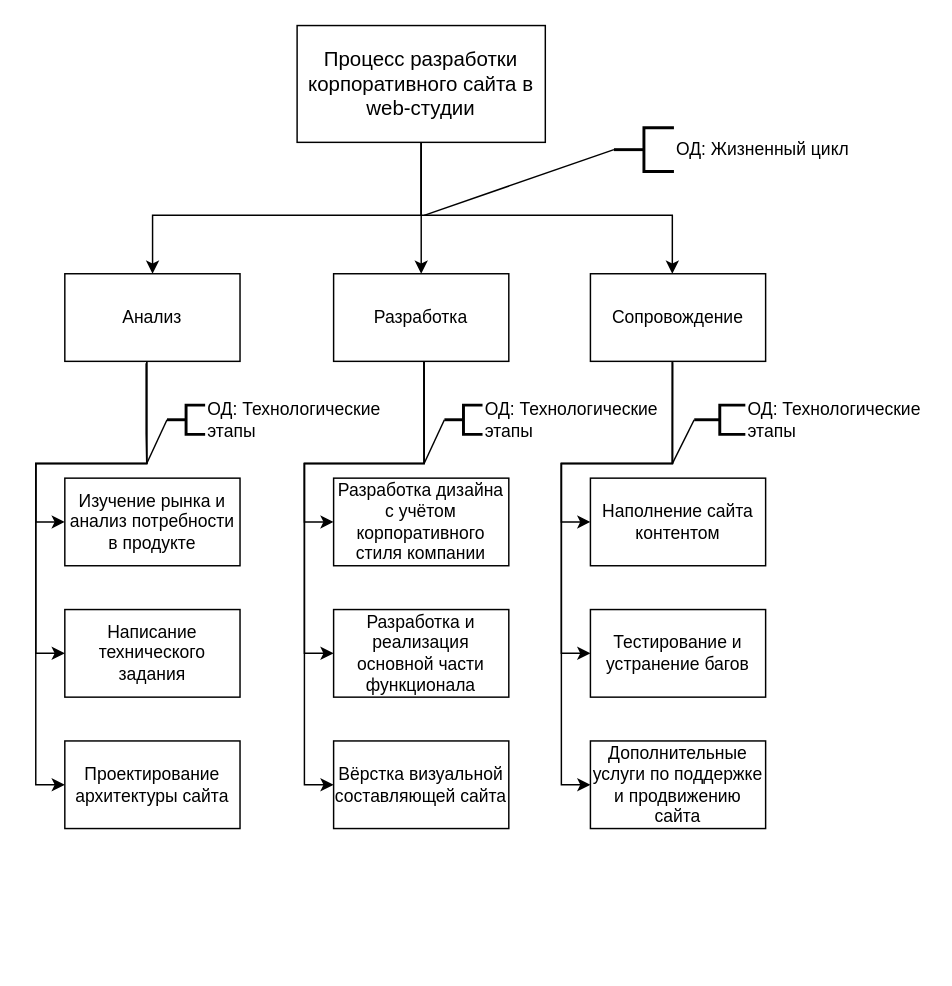
Earlier version of the draw.io diagram page "Модель Состава" (2 of 7) of 3 курс/5 семестр/ТСиСА/Курсовая/модели2ч.drawio (Luzinsan/tusur). Source tidied: cells renumbered, new cells numbered last; positions are measured from the earlier drawing's top-left corner, leaving out a move shared by most shapes. Both pictures are drawn from the tidied source at 146%, with x=0, y=0 at pixel (35, 25).
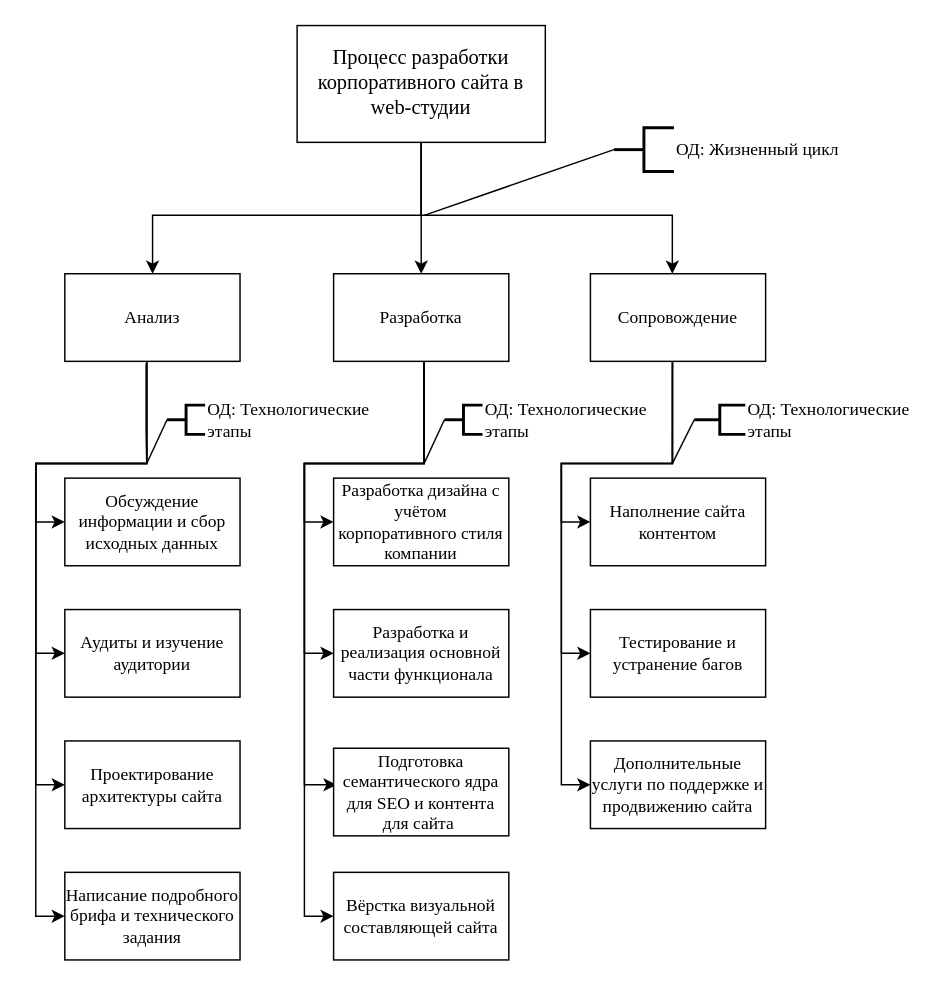
The same diagram, later.

Commit message (it also covers changes not shown here):
ТСиСА (Курсач) - 2 часть - модели структуры "Анализ", "Разработка", "Сопровождение"

What changed in the source:
```diff
@@
-    <mxCell id="2" style="edgeStyle=orthogonalEdgeStyle;rounded=0;jettySize=auto;html=1;exitX=0.5;exitY=1;exitDx=0;exitDy=0;" parent="1" edge="1" source="5" target="9">
+    <mxCell id="2" style="edgeStyle=orthogonalEdgeStyle;rounded=0;jettySize=auto;html=1;exitX=0.5;exitY=1;exitDx=0;exitDy=0;fontFamily=Times New Roman;" parent="1" edge="1" source="5" target="9">
       <mxGeometry relative="1" as="geometry">
         <Array as="points">
           <mxPoint x="264" y="130" />
           <mxPoint x="80" y="130" />
         </Array>
       </mxGeometry>
     </mxCell>
-    <mxCell id="3" style="edgeStyle=orthogonalEdgeStyle;rounded=0;jettySize=auto;html=1;exitX=0.5;exitY=1;exitDx=0;exitDy=0;entryX=0.5;entryY=0;entryDx=0;entryDy=0;" parent="1" edge="1" source="5" target="13">
+    <mxCell id="3" style="edgeStyle=orthogonalEdgeStyle;rounded=0;jettySize=auto;html=1;exitX=0.5;exitY=1;exitDx=0;exitDy=0;entryX=0.5;entryY=0;entryDx=0;entryDy=0;fontFamily=Times New Roman;" parent="1" edge="1" source="5" target="13">
       <mxGeometry relative="1" as="geometry" />
     </mxCell>
-    <mxCell id="4" style="edgeStyle=orthogonalEdgeStyle;rounded=0;jettySize=auto;html=1;exitX=0.5;exitY=1;exitDx=0;exitDy=0;" parent="1" edge="1" source="5" target="17">
+    <mxCell id="4" style="edgeStyle=orthogonalEdgeStyle;rounded=0;jettySize=auto;html=1;exitX=0.5;exitY=1;exitDx=0;exitDy=0;fontFamily=Times New Roman;" parent="1" edge="1" source="5" target="17">
       <mxGeometry relative="1" as="geometry">
         <Array as="points">
           <mxPoint x="264" y="130" />
           <mxPoint x="436" y="130" />
         </Array>
       </mxGeometry>
     </mxCell>
-    <mxCell id="5" value="&lt;span style=&quot;font-size: 14px;&quot;&gt;Процесс разработки корпоративного сайта в web-студии&lt;/span&gt;" style="whiteSpace=wrap;html=1;" parent="1" vertex="1">
+    <mxCell id="5" value="&lt;span style=&quot;font-size: 14px;&quot;&gt;Процесс разработки корпоративного сайта в web-студии&lt;/span&gt;" style="whiteSpace=wrap;html=1;fontFamily=Times New Roman;" parent="1" vertex="1">
       <mxGeometry x="179" width="170" height="80" as="geometry" />
     </mxCell>
-    <mxCell id="6" style="edgeStyle=orthogonalEdgeStyle;rounded=0;jettySize=auto;html=1;exitX=0.5;exitY=1;exitDx=0;exitDy=0;entryX=0;entryY=0.5;entryDx=0;entryDy=0;" parent="1" edge="1" source="9" target="18">
+    <mxCell id="6" style="edgeStyle=orthogonalEdgeStyle;rounded=0;jettySize=auto;html=1;exitX=0.5;exitY=1;exitDx=0;exitDy=0;entryX=0;entryY=0.5;entryDx=0;entryDy=0;fontFamily=Times New Roman;" parent="1" edge="1" source="9" target="18">
       <mxGeometry relative="1" as="geometry">
         <Array as="points">
           <mxPoint x="76" y="230" />
           <mxPoint x="76" y="300" />
           <mxPoint y="300" />
-          <mxPoint y="340" />
+          <mxPoint y="430" />
         </Array>
       </mxGeometry>
     </mxCell>
-    <mxCell id="7" style="edgeStyle=orthogonalEdgeStyle;rounded=0;jettySize=auto;html=1;exitX=0.464;exitY=1.021;exitDx=0;exitDy=0;entryX=0;entryY=0.5;entryDx=0;entryDy=0;exitPerimeter=0;" parent="1" edge="1" source="9" target="19">
+    <mxCell id="7" style="edgeStyle=orthogonalEdgeStyle;rounded=0;jettySize=auto;html=1;exitX=0.464;exitY=1.021;exitDx=0;exitDy=0;entryX=0;entryY=0.5;entryDx=0;entryDy=0;exitPerimeter=0;fontFamily=Times New Roman;" parent="1" edge="1" source="9" target="19">
       <mxGeometry relative="1" as="geometry">
         <Array as="points">
           <mxPoint x="76" y="280" />
-          <mxPoint x="76" y="280" />
           <mxPoint x="76" y="300" />
           <mxPoint y="300" />
-          <mxPoint y="430" />
+          <mxPoint y="520" />
         </Array>
       </mxGeometry>
     </mxCell>
-    <mxCell id="8" style="edgeStyle=orthogonalEdgeStyle;rounded=0;jettySize=auto;html=1;exitX=0.5;exitY=1;exitDx=0;exitDy=0;entryX=0;entryY=0.5;entryDx=0;entryDy=0;" parent="1" edge="1" source="9" target="20">
+    <mxCell id="8" style="edgeStyle=orthogonalEdgeStyle;rounded=0;jettySize=auto;html=1;exitX=0.5;exitY=1;exitDx=0;exitDy=0;entryX=0;entryY=0.5;entryDx=0;entryDy=0;fontFamily=Times New Roman;" parent="1" edge="1" source="9" target="20">
       <mxGeometry relative="1" as="geometry">
         <Array as="points">
           <mxPoint x="76" y="230" />
           <mxPoint x="76" y="300" />
           <mxPoint y="300" />
           <mxPoint y="520" />
         </Array>
       </mxGeometry>
     </mxCell>
+    <mxCell id="35" style="edgeStyle=orthogonalEdgeStyle;rounded=0;jettySize=auto;html=1;entryX=0;entryY=0.5;entryDx=0;entryDy=0;fontFamily=Times New Roman;" parent="1" edge="1" source="9" target="37">
+      <mxGeometry relative="1" as="geometry">
+        <Array as="points">
+          <mxPoint x="76" y="300" />
+          <mxPoint y="300" />
+          <mxPoint y="340" />
+        </Array>
+      </mxGeometry>
+    </mxCell>
-    <mxCell id="9" value="Анализ" style="whiteSpace=wrap;html=1;" parent="1" vertex="1">
+    <mxCell id="9" value="Анализ" style="whiteSpace=wrap;html=1;fontFamily=Times New Roman;" parent="1" vertex="1">
       <mxGeometry x="19.9" y="170" width="120" height="60" as="geometry" />
     </mxCell>
-    <mxCell id="10" style="edgeStyle=orthogonalEdgeStyle;rounded=0;jettySize=auto;html=1;entryX=0;entryY=0.5;entryDx=0;entryDy=0;exitX=0.515;exitY=0.999;exitDx=0;exitDy=0;exitPerimeter=0;" parent="1" edge="1" source="13" target="21">
+    <mxCell id="10" style="edgeStyle=orthogonalEdgeStyle;rounded=0;jettySize=auto;html=1;entryX=0;entryY=0.5;entryDx=0;entryDy=0;exitX=0.515;exitY=0.999;exitDx=0;exitDy=0;exitPerimeter=0;fontFamily=Times New Roman;" parent="1" edge="1" source="13" target="21">
       <mxGeometry relative="1" as="geometry">
         <Array as="points">
           <mxPoint x="266" y="231" />
           <mxPoint x="266" y="231" />
           <mxPoint x="266" y="300" />
           <mxPoint x="184" y="300" />
           <mxPoint x="184" y="340" />
         </Array>
       </mxGeometry>
     </mxCell>
-    <mxCell id="11" style="edgeStyle=orthogonalEdgeStyle;rounded=0;jettySize=auto;html=1;entryX=0;entryY=0.5;entryDx=0;entryDy=0;" parent="1" edge="1" target="22">
+    <mxCell id="11" style="edgeStyle=orthogonalEdgeStyle;rounded=0;jettySize=auto;html=1;entryX=0;entryY=0.5;entryDx=0;entryDy=0;fontFamily=Times New Roman;" parent="1" edge="1" target="22">
       <mxGeometry relative="1" as="geometry">
         <mxPoint x="266" y="230" as="sourcePoint" />
         <Array as="points">
           <mxPoint x="266" y="300" />
           <mxPoint x="184" y="300" />
           <mxPoint x="184" y="430" />
         </Array>
       </mxGeometry>
     </mxCell>
-    <mxCell id="12" style="edgeStyle=orthogonalEdgeStyle;rounded=0;jettySize=auto;html=1;exitX=0.5;exitY=1;exitDx=0;exitDy=0;entryX=0;entryY=0.5;entryDx=0;entryDy=0;" parent="1" edge="1" source="13" target="23">
+    <mxCell id="12" style="edgeStyle=orthogonalEdgeStyle;rounded=0;jettySize=auto;html=1;exitX=0.5;exitY=1;exitDx=0;exitDy=0;entryX=0.017;entryY=0.417;entryDx=0;entryDy=0;fontFamily=Times New Roman;entryPerimeter=0;" parent="1" edge="1" source="13" target="38">
       <mxGeometry relative="1" as="geometry">
         <Array as="points">
           <mxPoint x="266" y="230" />
           <mxPoint x="266" y="300" />
           <mxPoint x="184" y="300" />
           <mxPoint x="184" y="520" />
         </Array>
       </mxGeometry>
     </mxCell>
+    <mxCell id="36" style="edgeStyle=orthogonalEdgeStyle;rounded=0;jettySize=auto;html=1;entryX=0;entryY=0.5;entryDx=0;entryDy=0;fontFamily=Times New Roman;fontSize=14;" parent="1" edge="1" source="13" target="23">
+      <mxGeometry relative="1" as="geometry">
+        <Array as="points">
+          <mxPoint x="266" y="300" />
+          <mxPoint x="184" y="300" />
+          <mxPoint x="184" y="610" />
+        </Array>
+      </mxGeometry>
+    </mxCell>
-    <mxCell id="13" value="Разработка" style="whiteSpace=wrap;html=1;" parent="1" vertex="1">
+    <mxCell id="13" value="Разработка" style="whiteSpace=wrap;html=1;fontFamily=Times New Roman;" parent="1" vertex="1">
       <mxGeometry x="204" y="170" width="120" height="60" as="geometry" />
     </mxCell>
-    <mxCell id="14" style="edgeStyle=orthogonalEdgeStyle;rounded=0;jettySize=auto;html=1;exitX=0.469;exitY=1.009;exitDx=0;exitDy=0;entryX=0;entryY=0.5;entryDx=0;entryDy=0;exitPerimeter=0;" parent="1" edge="1" source="17" target="24">
+    <mxCell id="14" style="edgeStyle=orthogonalEdgeStyle;rounded=0;jettySize=auto;html=1;exitX=0.469;exitY=1.009;exitDx=0;exitDy=0;entryX=0;entryY=0.5;entryDx=0;entryDy=0;exitPerimeter=0;fontFamily=Times New Roman;" parent="1" edge="1" source="17">
       <mxGeometry relative="1" as="geometry">
+        <mxPoint x="379.9" y="340" as="targetPoint" />
         <Array as="points">
           <mxPoint x="436" y="300" />
           <mxPoint x="360" y="300" />
           <mxPoint x="360" y="340" />
         </Array>
       </mxGeometry>
     </mxCell>
-    <mxCell id="15" style="edgeStyle=orthogonalEdgeStyle;rounded=0;jettySize=auto;html=1;exitX=0.468;exitY=1.009;exitDx=0;exitDy=0;entryX=0;entryY=0.5;entryDx=0;entryDy=0;exitPerimeter=0;" parent="1" edge="1" source="17" target="25">
+    <mxCell id="15" style="edgeStyle=orthogonalEdgeStyle;rounded=0;jettySize=auto;html=1;exitX=0.468;exitY=1.009;exitDx=0;exitDy=0;entryX=0;entryY=0.5;entryDx=0;entryDy=0;exitPerimeter=0;fontFamily=Times New Roman;" parent="1" edge="1" source="17" target="25">
       <mxGeometry relative="1" as="geometry">
         <Array as="points">
           <mxPoint x="436" y="232" />
           <mxPoint x="436" y="300" />
           <mxPoint x="360" y="300" />
           <mxPoint x="360" y="430" />
         </Array>
       </mxGeometry>
     </mxCell>
-    <mxCell id="16" style="edgeStyle=orthogonalEdgeStyle;rounded=0;jettySize=auto;html=1;exitX=0.5;exitY=1;exitDx=0;exitDy=0;entryX=0;entryY=0.5;entryDx=0;entryDy=0;" parent="1" edge="1" source="17" target="26">
+    <mxCell id="16" style="edgeStyle=orthogonalEdgeStyle;rounded=0;jettySize=auto;html=1;exitX=0.5;exitY=1;exitDx=0;exitDy=0;entryX=0;entryY=0.5;entryDx=0;entryDy=0;fontFamily=Times New Roman;" parent="1" edge="1" source="17" target="26">
       <mxGeometry relative="1" as="geometry">
         <Array as="points">
           <mxPoint x="436" y="230" />
           <mxPoint x="436" y="300" />
           <mxPoint x="360" y="300" />
           <mxPoint x="360" y="520" />
         </Array>
       </mxGeometry>
     </mxCell>
-    <mxCell id="17" value="Сопровождение" style="whiteSpace=wrap;html=1;" parent="1" vertex="1">
+    <mxCell id="17" value="Сопровождение" style="whiteSpace=wrap;html=1;fontFamily=Times New Roman;" parent="1" vertex="1">
       <mxGeometry x="379.9" y="170" width="120" height="60" as="geometry" />
     </mxCell>
-    <mxCell id="18" value="Изучение рынка и анализ потребности в продукте" style="whiteSpace=wrap;html=1;" parent="1" vertex="1">
-      <mxGeometry x="19.9" y="310" width="120" height="60" as="geometry" />
+    <mxCell id="18" value="Аудиты и изучение аудитории" style="whiteSpace=wrap;html=1;fontFamily=Times New Roman;" parent="1" vertex="1">
+      <mxGeometry x="19.9" y="400" width="120" height="60" as="geometry" />
     </mxCell>
-    <mxCell id="19" value="Написание технического задания" style="whiteSpace=wrap;html=1;" parent="1" vertex="1">
-      <mxGeometry x="19.9" y="400" width="120" height="60" as="geometry" />
+    <mxCell id="19" value="Написание подробного брифа и технического задания" style="whiteSpace=wrap;html=1;fontFamily=Times New Roman;" parent="1" vertex="1">
+      <mxGeometry x="19.9" y="580" width="120" height="60" as="geometry" />
     </mxCell>
-    <mxCell id="20" value="Проектирование архитектуры сайта" style="whiteSpace=wrap;html=1;" parent="1" vertex="1">
+    <mxCell id="20" value="Проектирование архитектуры сайта" style="whiteSpace=wrap;html=1;fontFamily=Times New Roman;" parent="1" vertex="1">
       <mxGeometry x="19.9" y="490" width="120" height="60" as="geometry" />
     </mxCell>
-    <mxCell id="21" value="Разработка дизайна с учётом корпоративного стиля компании" style="whiteSpace=wrap;html=1;" parent="1" vertex="1">
+    <mxCell id="21" value="Разработка дизайна с учётом корпоративного стиля компании" style="whiteSpace=wrap;html=1;fontFamily=Times New Roman;" parent="1" vertex="1">
       <mxGeometry x="204" y="310" width="120" height="60" as="geometry" />
     </mxCell>
-    <mxCell id="22" value="Разработка и реализация основной части функционала" style="whiteSpace=wrap;html=1;" parent="1" vertex="1">
+    <mxCell id="22" value="Разработка и реализация основной части функционала" style="whiteSpace=wrap;html=1;fontFamily=Times New Roman;" parent="1" vertex="1">
       <mxGeometry x="204" y="400" width="120" height="60" as="geometry" />
     </mxCell>
-    <mxCell id="23" value="Вёрстка визуальной составляющей сайта" style="whiteSpace=wrap;html=1;" parent="1" vertex="1">
-      <mxGeometry x="204" y="490" width="120" height="60" as="geometry" />
+    <mxCell id="23" value="Вёрстка визуальной составляющей сайта" style="whiteSpace=wrap;html=1;fontFamily=Times New Roman;" parent="1" vertex="1">
+      <mxGeometry x="204" y="580" width="120" height="60" as="geometry" />
     </mxCell>
-    <mxCell id="24" value="Наполнение сайта контентом" style="whiteSpace=wrap;html=1;" parent="1" vertex="1">
-      <mxGeometry x="379.9" y="310" width="120" height="60" as="geometry" />
-    </mxCell>
-    <mxCell id="25" value="Тестирование и устранение багов" style="whiteSpace=wrap;html=1;" parent="1" vertex="1">
+    <mxCell id="25" value="Тестирование и устранение багов" style="whiteSpace=wrap;html=1;fontFamily=Times New Roman;" parent="1" vertex="1">
       <mxGeometry x="379.9" y="400" width="120" height="60" as="geometry" />
     </mxCell>
-    <mxCell id="26" value="Дополнительные услуги по поддержке и продвижению сайта" style="whiteSpace=wrap;html=1;" parent="1" vertex="1">
+    <mxCell id="26" value="Дополнительные услуги по поддержке и продвижению сайта" style="whiteSpace=wrap;html=1;fontFamily=Times New Roman;" parent="1" vertex="1">
       <mxGeometry x="379.9" y="490" width="120" height="60" as="geometry" />
     </mxCell>
-    <mxCell id="27" style="rounded=0;jettySize=auto;html=1;exitX=0;exitY=0.5;exitDx=0;exitDy=0;exitPerimeter=0;endArrow=none;endFill=0;" parent="1" edge="1" source="28">
+    <mxCell id="27" style="rounded=0;jettySize=auto;html=1;exitX=0;exitY=0.5;exitDx=0;exitDy=0;exitPerimeter=0;endArrow=none;endFill=0;fontFamily=Times New Roman;" parent="1" edge="1" source="28">
       <mxGeometry relative="1" as="geometry">
         <mxPoint x="266" y="130" as="targetPoint" />
       </mxGeometry>
     </mxCell>
-    <mxCell id="28" value="ОД: Жизненный цикл" style="strokeWidth=2;html=1;shape=mxgraph.flowchart.annotation_2;align=left;labelPosition=right;" parent="1" vertex="1">
+    <mxCell id="28" value="ОД: Жизненный цикл" style="strokeWidth=2;html=1;shape=mxgraph.flowchart.annotation_2;align=left;labelPosition=right;fontFamily=Times New Roman;" parent="1" vertex="1">
       <mxGeometry x="396" y="70" width="41.1" height="30" as="geometry" />
     </mxCell>
-    <mxCell id="29" style="rounded=0;jettySize=auto;html=1;exitX=0;exitY=0.5;exitDx=0;exitDy=0;exitPerimeter=0;endArrow=none;endFill=0;" parent="1" edge="1" source="30">
+    <mxCell id="29" style="rounded=0;jettySize=auto;html=1;exitX=0;exitY=0.5;exitDx=0;exitDy=0;exitPerimeter=0;endArrow=none;endFill=0;fontFamily=Times New Roman;" parent="1" edge="1" source="30">
       <mxGeometry relative="1" as="geometry">
         <mxPoint x="76" y="300" as="targetPoint" />
       </mxGeometry>
     </mxCell>
-    <mxCell id="30" value="ОД: Технологические&amp;nbsp;&lt;br&gt;этапы" style="strokeWidth=2;html=1;shape=mxgraph.flowchart.annotation_2;align=left;labelPosition=right;" parent="1" vertex="1">
+    <mxCell id="30" value="ОД: Технологические&amp;nbsp;&lt;br&gt;этапы" style="strokeWidth=2;html=1;shape=mxgraph.flowchart.annotation_2;align=left;labelPosition=right;fontFamily=Times New Roman;" parent="1" vertex="1">
       <mxGeometry x="89.9" y="260" width="26.1" height="20" as="geometry" />
     </mxCell>
-    <mxCell id="31" style="rounded=0;jettySize=auto;html=1;exitX=0;exitY=0.5;exitDx=0;exitDy=0;exitPerimeter=0;endArrow=none;endFill=0;" parent="1" edge="1" source="32">
+    <mxCell id="31" style="rounded=0;jettySize=auto;html=1;exitX=0;exitY=0.5;exitDx=0;exitDy=0;exitPerimeter=0;endArrow=none;endFill=0;fontFamily=Times New Roman;" parent="1" edge="1" source="32">
       <mxGeometry relative="1" as="geometry">
         <mxPoint x="266" y="300" as="targetPoint" />
       </mxGeometry>
     </mxCell>
-    <mxCell id="32" value="ОД: Технологические&amp;nbsp;&lt;br&gt;этапы" style="strokeWidth=2;html=1;shape=mxgraph.flowchart.annotation_2;align=left;labelPosition=right;" parent="1" vertex="1">
+    <mxCell id="32" value="ОД: Технологические&amp;nbsp;&lt;br&gt;этапы" style="strokeWidth=2;html=1;shape=mxgraph.flowchart.annotation_2;align=left;labelPosition=right;fontFamily=Times New Roman;" parent="1" vertex="1">
       <mxGeometry x="279.9" y="260" width="26.1" height="20" as="geometry" />
     </mxCell>
-    <mxCell id="33" style="rounded=0;jettySize=auto;html=1;exitX=0;exitY=0.5;exitDx=0;exitDy=0;exitPerimeter=0;endArrow=none;endFill=0;" parent="1" edge="1" source="34">
+    <mxCell id="33" style="rounded=0;jettySize=auto;html=1;exitX=0;exitY=0.5;exitDx=0;exitDy=0;exitPerimeter=0;endArrow=none;endFill=0;fontFamily=Times New Roman;" parent="1" edge="1" source="34">
       <mxGeometry relative="1" as="geometry">
         <mxPoint x="436" y="300" as="targetPoint" />
       </mxGeometry>
     </mxCell>
-    <mxCell id="34" value="ОД: Технологические&amp;nbsp;&lt;br&gt;этапы" style="strokeWidth=2;html=1;shape=mxgraph.flowchart.annotation_2;align=left;labelPosition=right;" parent="1" vertex="1">
+    <mxCell id="34" value="ОД: Технологические&amp;nbsp;&lt;br&gt;этапы" style="strokeWidth=2;html=1;shape=mxgraph.flowchart.annotation_2;align=left;labelPosition=right;fontFamily=Times New Roman;" parent="1" vertex="1">
       <mxGeometry x="451" y="260" width="35" height="20" as="geometry" />
     </mxCell>
+    <mxCell id="37" value="Обсуждение информации и сбор исходных данных" style="whiteSpace=wrap;html=1;fontFamily=Times New Roman;" parent="1" vertex="1">
+      <mxGeometry x="19.9" y="310" width="120" height="60" as="geometry" />
+    </mxCell>
+    <mxCell id="38" value="Подготовка семантического ядра для SEO и контента для сайта&amp;nbsp;" style="whiteSpace=wrap;html=1;fontFamily=Times New Roman;fontSize=12;" parent="1" vertex="1">
+      <mxGeometry x="204" y="495" width="120" height="60" as="geometry" />
+    </mxCell>
+    <mxCell id="24" value="Наполнение сайта контентом" style="whiteSpace=wrap;html=1;fontFamily=Times New Roman;" parent="1" vertex="1">
+      <mxGeometry x="379.9" y="310" width="120" height="60" as="geometry" />
+    </mxCell>
```
